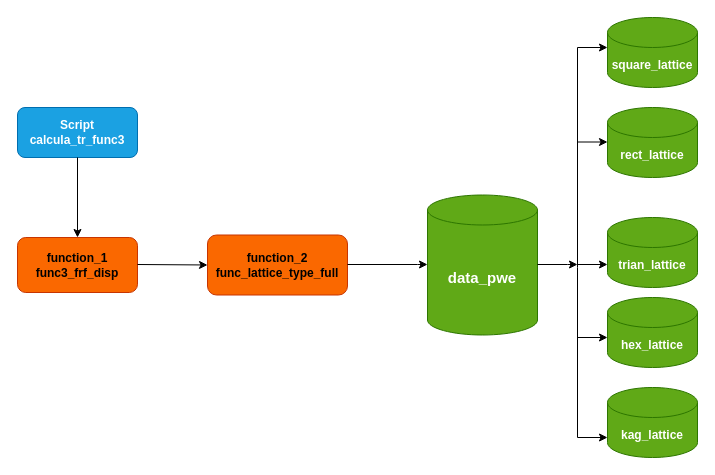
anderson-ferreira-83/Article_publish_comp_lattices_thin_plate_2023_anderson_83 keeps this draw.io diagram as fig1_Transmittance/fig1_pipeline_data.drawio. Above is the earlier version. Source tidied: cells renumbered, new cells numbered last; positions are measured from the earlier drawing's top-left corner, leaving out a move shared by most shapes. Both pictures are drawn from the tidied source at 100%, with x=0, y=0 at pixel (17, 17).
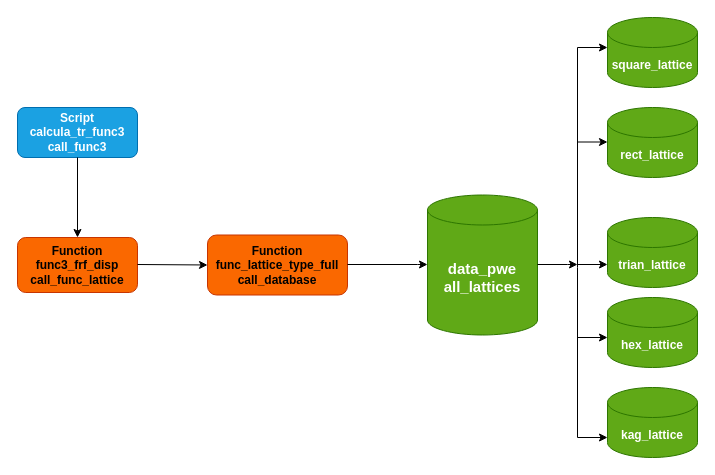
After the change.

What changed in the source:
```diff
@@
-    <mxCell id="2" value="&lt;div&gt;Script&lt;/div&gt;calcula_tr_func3" style="rounded=1;whiteSpace=wrap;html=1;fontSize=12;glass=0;strokeWidth=1;shadow=0;fillColor=#1ba1e2;fontColor=#ffffff;strokeColor=#006EAF;fontStyle=1;" parent="1" vertex="1">
+    <mxCell id="2" value="&lt;div&gt;Script&lt;/div&gt;calcula_tr_func3&lt;div&gt;call_func3&lt;/div&gt;" style="rounded=1;whiteSpace=wrap;html=1;fontSize=12;glass=0;strokeWidth=1;shadow=0;fillColor=#1ba1e2;fontColor=#ffffff;strokeColor=#006EAF;fontStyle=1;" parent="1" vertex="1">
       <mxGeometry y="90" width="120" height="50" as="geometry" />
     </mxCell>
-    <mxCell id="3" value="&lt;div&gt;function_1&lt;/div&gt;func3_frf_disp" style="rounded=1;whiteSpace=wrap;html=1;fontSize=12;glass=0;strokeWidth=1;shadow=0;fillColor=#fa6800;fontColor=#000000;strokeColor=#C73500;fontStyle=1;" parent="1" vertex="1">
+    <mxCell id="3" value="&lt;div&gt;Function&lt;/div&gt;&lt;div&gt;&lt;span style=&quot;background-color: initial;&quot;&gt;func3_frf_disp&lt;/span&gt;&lt;/div&gt;&lt;div&gt;&lt;span style=&quot;background-color: initial;&quot;&gt;call_func_lattice&lt;/span&gt;&lt;/div&gt;" style="rounded=1;whiteSpace=wrap;html=1;fontSize=12;glass=0;strokeWidth=1;shadow=0;fillColor=#fa6800;fontColor=#000000;strokeColor=#C73500;fontStyle=1;" parent="1" vertex="1">
       <mxGeometry y="220" width="120" height="55" as="geometry" />
     </mxCell>
@@
-    <mxCell id="5" value="&lt;div&gt;function_2&lt;/div&gt;func_lattice_type_full" style="rounded=1;whiteSpace=wrap;html=1;fontSize=12;glass=0;strokeWidth=1;shadow=0;fillColor=#fa6800;fontColor=#000000;strokeColor=#C73500;fontStyle=1;" parent="1" vertex="1">
+    <mxCell id="5" value="&lt;div&gt;Function&lt;/div&gt;func_lattice_type_full&lt;div&gt;call_database&lt;/div&gt;" style="rounded=1;whiteSpace=wrap;html=1;fontSize=12;glass=0;strokeWidth=1;shadow=0;fillColor=#fa6800;fontColor=#000000;strokeColor=#C73500;fontStyle=1;" parent="1" vertex="1">
       <mxGeometry x="190" y="217.5" width="140" height="60" as="geometry" />
     </mxCell>
@@
-    <mxCell id="7" value="&lt;b&gt;&lt;font style=&quot;font-size: 15px;&quot;&gt;data_pwe&lt;/font&gt;&lt;/b&gt;" style="shape=cylinder3;whiteSpace=wrap;html=1;boundedLbl=1;backgroundOutline=1;size=15;fillColor=#60a917;fontColor=#ffffff;strokeColor=#2D7600;" parent="1" vertex="1">
+    <mxCell id="7" value="&lt;b&gt;&lt;font style=&quot;font-size: 15px;&quot;&gt;data_pwe&lt;/font&gt;&lt;/b&gt;&lt;div&gt;&lt;b&gt;&lt;font style=&quot;font-size: 15px;&quot;&gt;all_lattices&lt;/font&gt;&lt;/b&gt;&lt;/div&gt;" style="shape=cylinder3;whiteSpace=wrap;html=1;boundedLbl=1;backgroundOutline=1;size=15;fillColor=#60a917;fontColor=#ffffff;strokeColor=#2D7600;" parent="1" vertex="1">
       <mxGeometry x="410" y="177.5" width="110" height="140" as="geometry" />
     </mxCell>
```
